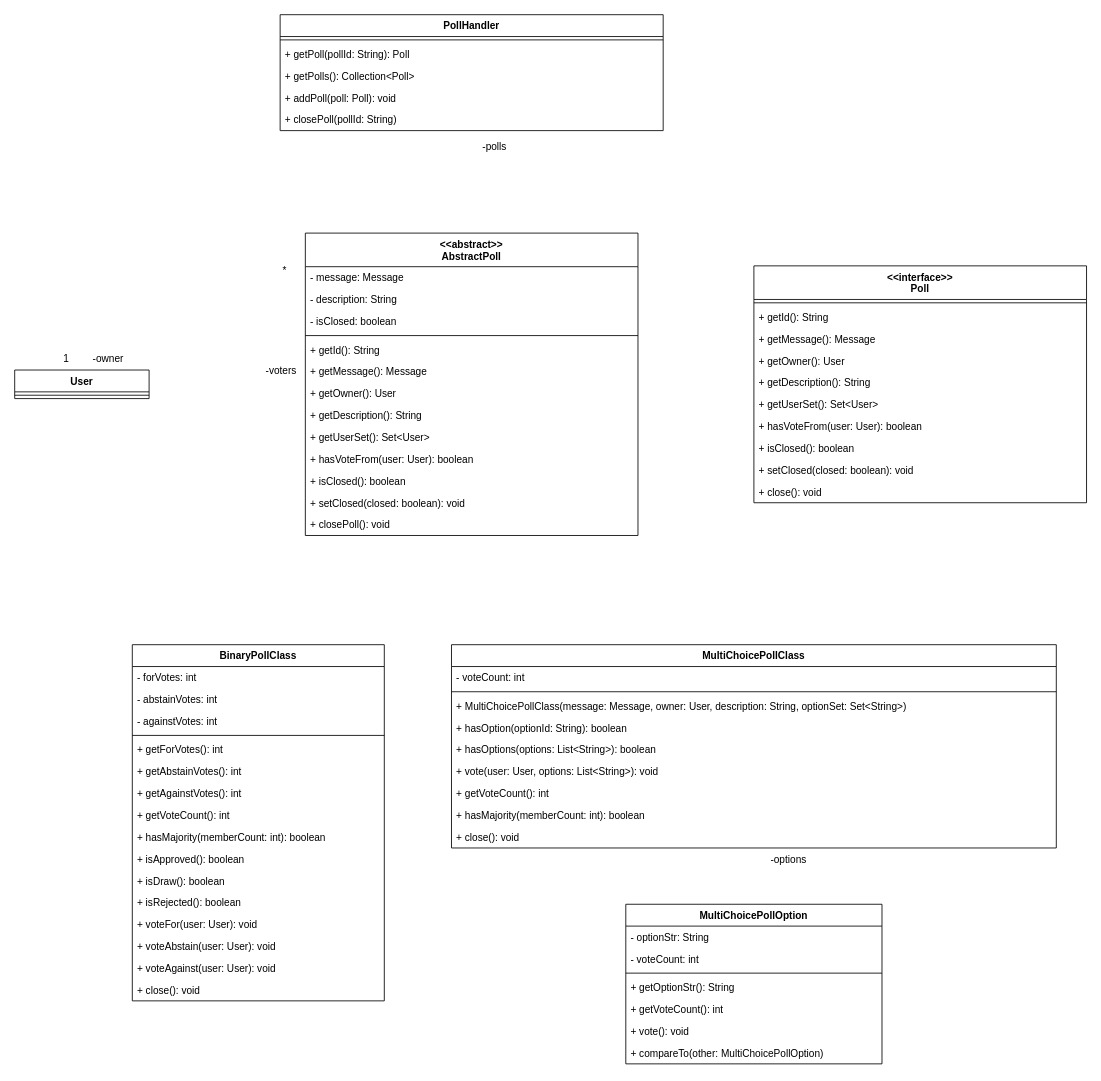
Earlier version of the draw.io diagram page "Polls Package" (3 of 3) of ClassDiagram.drawio (luistripa/MerendaBot). Source tidied: cells renumbered, new cells numbered last; positions are measured from the earlier drawing's top-left corner, leaving out a move shared by most shapes. Both pictures are drawn from the tidied source at 84%, with x=0, y=0 at pixel (14, 14).
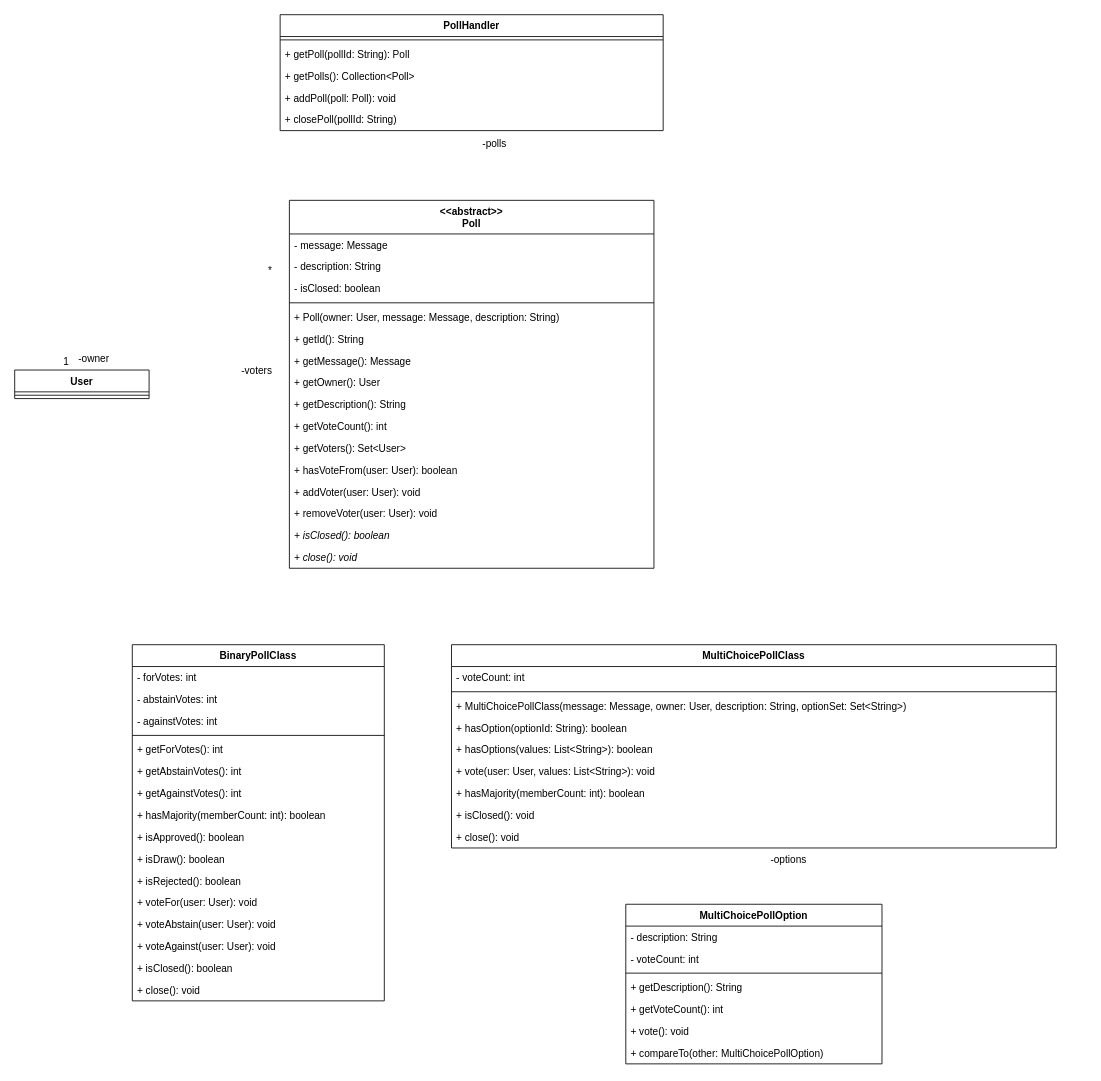
After the change.

Commit message (it also covers changes not shown here):
Implemented poll package rebuild. Updated class diagram

The change refers to these unchanged cells:
```xml
<mxCell id="10" style="edgeStyle=orthogonalEdgeStyle;rounded=0;jettySize=auto;html=1;entryX=1;entryY=0.5;entryDx=0;entryDy=0;fontFamily=Jetbrains Mono;fontSize=12;startArrow=diamondThin;startFill=0;endArrow=none;endFill=0;targetPerimeterSpacing=0;sourcePerimeterSpacing=0;jumpSize=6;strokeWidth=1;strokeColor=#FFFFFF;" parent="1" edge="1" source="19" target="33">
  <mxGeometry relative="1" as="geometry" />
</mxCell>
<mxCell id="35" value="BinaryPollClass" style="swimlane;fontStyle=1;align=center;verticalAlign=top;horizontal=1;startSize=26;fontFamily=Jetbrains Mono;fontSize=12;" parent="1" vertex="1">
  <mxGeometry x="140" y="750" width="300" height="424" as="geometry" />
</mxCell>
<mxCell id="54" value="MultiChoicePollClass" style="swimlane;fontStyle=1;align=center;verticalAlign=top;horizontal=1;startSize=26;fontFamily=Jetbrains Mono;fontSize=12;" parent="1" vertex="1">
  <mxGeometry x="520" y="750" width="720" height="242" as="geometry" />
</mxCell>
<mxCell id="64" value="MultiChoicePollOption" style="swimlane;fontStyle=1;align=center;verticalAlign=top;horizontal=1;startSize=26;fontFamily=Jetbrains Mono;fontSize=12;" parent="1" vertex="1">
  <mxGeometry x="727.5" y="1059" width="305" height="190" as="geometry" />
</mxCell>
```

What changed in the source:
```diff
@@
     <mxCell id="11" value="-voters" style="edgeLabel;html=1;align=center;verticalAlign=middle;fontSize=12;fontFamily=Jetbrains Mono;" parent="10" vertex="1">
       <mxGeometry x="-0.72" y="-4" relative="1" as="geometry">
-        <mxPoint x="-4" y="-13" as="offset" />
+        <mxPoint x="-17" y="-13" as="offset" />
       </mxGeometry>
     </mxCell>
@@
-    <mxCell id="18" style="edgeStyle=orthogonalEdgeStyle;rounded=0;jumpSize=6;jettySize=auto;html=1;fontFamily=Jetbrains Mono;fontSize=12;startArrow=none;startFill=0;endArrow=block;endFill=0;sourcePerimeterSpacing=0;targetPerimeterSpacing=0;strokeWidth=1;dashed=1;strokeColor=#FFFFFF;" parent="1" edge="1" source="19" target="72">
-      <mxGeometry relative="1" as="geometry" />
-    </mxCell>
-    <mxCell id="19" value="&lt;&lt;abstract&gt;&gt;&#10;AbstractPoll" style="swimlane;fontStyle=1;align=center;verticalAlign=top;horizontal=1;startSize=40;fontFamily=Jetbrains Mono;fontSize=12;" parent="1" vertex="1">
-      <mxGeometry x="346" y="260" width="396" height="360" as="geometry" />
+    <mxCell id="19" value="&lt;&lt;abstract&gt;&gt;&#10;Poll" style="swimlane;fontStyle=1;align=center;verticalAlign=top;horizontal=1;startSize=40;fontFamily=Jetbrains Mono;fontSize=12;" parent="1" vertex="1">
+      <mxGeometry x="327" y="221" width="434" height="438" as="geometry" />
     </mxCell>
     <mxCell id="20" value="- message: Message" style="text;strokeColor=none;fillColor=none;align=left;verticalAlign=top;spacingLeft=4;spacingRight=4;overflow=hidden;fontFamily=Jetbrains Mono;fontSize=12;" parent="19" vertex="1">
-      <mxGeometry y="40" width="396" height="26" as="geometry" />
+      <mxGeometry y="40" width="434" height="26" as="geometry" />
     </mxCell>
     <mxCell id="21" value="- description: String" style="text;strokeColor=none;fillColor=none;align=left;verticalAlign=top;spacingLeft=4;spacingRight=4;overflow=hidden;fontFamily=Jetbrains Mono;fontSize=12;" parent="19" vertex="1">
-      <mxGeometry y="66" width="396" height="26" as="geometry" />
+      <mxGeometry y="66" width="434" height="26" as="geometry" />
     </mxCell>
     <mxCell id="22" value="- isClosed: boolean" style="text;strokeColor=none;fillColor=none;align=left;verticalAlign=top;spacingLeft=4;spacingRight=4;overflow=hidden;fontFamily=Jetbrains Mono;fontSize=12;" parent="19" vertex="1">
-      <mxGeometry y="92" width="396" height="26" as="geometry" />
+      <mxGeometry y="92" width="434" height="26" as="geometry" />
     </mxCell>
     <mxCell id="23" style="line;strokeWidth=1;fillColor=none;align=left;verticalAlign=middle;spacingTop=-1;spacingLeft=3;spacingRight=3;labelPosition=right;fontFamily=Jetbrains Mono;fontSize=12;" parent="19" vertex="1">
-      <mxGeometry y="118" width="396" height="8" as="geometry" />
+      <mxGeometry y="118" width="434" height="8" as="geometry" />
     </mxCell>
+    <mxCell id="83" value="+ Poll(owner: User, message: Message, description: String)" style="text;strokeColor=none;fillColor=none;align=left;verticalAlign=top;spacingLeft=4;spacingRight=4;overflow=hidden;fontFamily=Jetbrains Mono;fontSize=12;" parent="19" vertex="1">
+      <mxGeometry y="126" width="434" height="26" as="geometry" />
+    </mxCell>
     <mxCell id="24" value="+ getId(): String" style="text;strokeColor=none;fillColor=none;align=left;verticalAlign=top;spacingLeft=4;spacingRight=4;overflow=hidden;fontFamily=Jetbrains Mono;fontSize=12;" parent="19" vertex="1">
-      <mxGeometry y="126" width="396" height="26" as="geometry" />
+      <mxGeometry y="152" width="434" height="26" as="geometry" />
     </mxCell>
     <mxCell id="25" value="+ getMessage(): Message" style="text;strokeColor=none;fillColor=none;align=left;verticalAlign=top;spacingLeft=4;spacingRight=4;overflow=hidden;fontFamily=Jetbrains Mono;fontSize=12;" parent="19" vertex="1">
-      <mxGeometry y="152" width="396" height="26" as="geometry" />
+      <mxGeometry y="178" width="434" height="26" as="geometry" />
     </mxCell>
     <mxCell id="26" value="+ getOwner(): User" style="text;strokeColor=none;fillColor=none;align=left;verticalAlign=top;spacingLeft=4;spacingRight=4;overflow=hidden;fontFamily=Jetbrains Mono;fontSize=12;" parent="19" vertex="1">
-      <mxGeometry y="178" width="396" height="26" as="geometry" />
+      <mxGeometry y="204" width="434" height="26" as="geometry" />
     </mxCell>
     <mxCell id="27" value="+ getDescription(): String" style="text;strokeColor=none;fillColor=none;align=left;verticalAlign=top;spacingLeft=4;spacingRight=4;overflow=hidden;fontFamily=Jetbrains Mono;fontSize=12;" parent="19" vertex="1">
-      <mxGeometry y="204" width="396" height="26" as="geometry" />
+      <mxGeometry y="230" width="434" height="26" as="geometry" />
     </mxCell>
+    <mxCell id="84" value="+ getVoteCount(): int" style="text;strokeColor=none;fillColor=none;align=left;verticalAlign=top;spacingLeft=4;spacingRight=4;overflow=hidden;fontFamily=Jetbrains Mono;fontSize=12;" parent="19" vertex="1">
+      <mxGeometry y="256" width="434" height="26" as="geometry" />
+    </mxCell>
-    <mxCell id="28" value="+ getUserSet(): Set&lt;User&gt;" style="text;strokeColor=none;fillColor=none;align=left;verticalAlign=top;spacingLeft=4;spacingRight=4;overflow=hidden;fontFamily=Jetbrains Mono;fontSize=12;" parent="19" vertex="1">
-      <mxGeometry y="230" width="396" height="26" as="geometry" />
+    <mxCell id="28" value="+ getVoters(): Set&lt;User&gt;" style="text;strokeColor=none;fillColor=none;align=left;verticalAlign=top;spacingLeft=4;spacingRight=4;overflow=hidden;fontFamily=Jetbrains Mono;fontSize=12;" parent="19" vertex="1">
+      <mxGeometry y="282" width="434" height="26" as="geometry" />
     </mxCell>
     <mxCell id="29" value="+ hasVoteFrom(user: User): boolean" style="text;strokeColor=none;fillColor=none;align=left;verticalAlign=top;spacingLeft=4;spacingRight=4;overflow=hidden;fontFamily=Jetbrains Mono;fontSize=12;" parent="19" vertex="1">
-      <mxGeometry y="256" width="396" height="26" as="geometry" />
+      <mxGeometry y="308" width="434" height="26" as="geometry" />
     </mxCell>
-    <mxCell id="30" value="+ isClosed(): boolean" style="text;strokeColor=none;fillColor=none;align=left;verticalAlign=top;spacingLeft=4;spacingRight=4;overflow=hidden;fontFamily=Jetbrains Mono;fontSize=12;" parent="19" vertex="1">
-      <mxGeometry y="282" width="396" height="26" as="geometry" />
-    </mxCell>
-    <mxCell id="31" value="+ setClosed(closed: boolean): void" style="text;strokeColor=none;fillColor=none;align=left;verticalAlign=top;spacingLeft=4;spacingRight=4;overflow=hidden;fontFamily=Jetbrains Mono;fontSize=12;" parent="19" vertex="1">
-      <mxGeometry y="308" width="396" height="26" as="geometry" />
-    </mxCell>
+    <mxCell id="85" value="+ addVoter(user: User): void" style="text;strokeColor=none;fillColor=none;align=left;verticalAlign=top;spacingLeft=4;spacingRight=4;overflow=hidden;fontFamily=Jetbrains Mono;fontSize=12;" parent="19" vertex="1">
+      <mxGeometry y="334" width="434" height="26" as="geometry" />
+    </mxCell>
+    <mxCell id="86" value="+ removeVoter(user: User): void" style="text;strokeColor=none;fillColor=none;align=left;verticalAlign=top;spacingLeft=4;spacingRight=4;overflow=hidden;fontFamily=Jetbrains Mono;fontSize=12;" parent="19" vertex="1">
+      <mxGeometry y="360" width="434" height="26" as="geometry" />
+    </mxCell>
+    <mxCell id="87" value="+ isClosed(): boolean" style="text;strokeColor=none;fillColor=none;align=left;verticalAlign=top;spacingLeft=4;spacingRight=4;overflow=hidden;fontFamily=Jetbrains Mono;fontSize=12;fontStyle=2;" parent="19" vertex="1">
+      <mxGeometry y="386" width="434" height="26" as="geometry" />
+    </mxCell>
-    <mxCell id="32" value="+ closePoll(): void" style="text;strokeColor=none;fillColor=none;align=left;verticalAlign=top;spacingLeft=4;spacingRight=4;overflow=hidden;fontFamily=Jetbrains Mono;fontSize=12;" parent="19" vertex="1">
-      <mxGeometry y="334" width="396" height="26" as="geometry" />
+    <mxCell id="32" value="+ close(): void" style="text;strokeColor=none;fillColor=none;align=left;verticalAlign=top;spacingLeft=4;spacingRight=4;overflow=hidden;fontFamily=Jetbrains Mono;fontSize=12;fontStyle=2;" parent="19" vertex="1">
+      <mxGeometry y="412" width="434" height="26" as="geometry" />
     </mxCell>
@@
-    <mxCell id="43" value="+ getVoteCount(): int" style="text;strokeColor=none;fillColor=none;align=left;verticalAlign=top;spacingLeft=4;spacingRight=4;overflow=hidden;fontFamily=Jetbrains Mono;fontSize=12;" parent="35" vertex="1">
-      <mxGeometry y="190" width="300" height="26" as="geometry" />
-    </mxCell>
     <mxCell id="44" value="+ hasMajority(memberCount: int): boolean" style="text;strokeColor=none;fillColor=none;align=left;verticalAlign=top;spacingLeft=4;spacingRight=4;overflow=hidden;fontFamily=Jetbrains Mono;fontSize=12;" parent="35" vertex="1">
-      <mxGeometry y="216" width="300" height="26" as="geometry" />
+      <mxGeometry y="190" width="300" height="26" as="geometry" />
     </mxCell>
     <mxCell id="45" value="+ isApproved(): boolean" style="text;strokeColor=none;fillColor=none;align=left;verticalAlign=top;spacingLeft=4;spacingRight=4;overflow=hidden;fontFamily=Jetbrains Mono;fontSize=12;" parent="35" vertex="1">
-      <mxGeometry y="242" width="300" height="26" as="geometry" />
+      <mxGeometry y="216" width="300" height="26" as="geometry" />
     </mxCell>
     <mxCell id="46" value="+ isDraw(): boolean" style="text;strokeColor=none;fillColor=none;align=left;verticalAlign=top;spacingLeft=4;spacingRight=4;overflow=hidden;fontFamily=Jetbrains Mono;fontSize=12;" parent="35" vertex="1">
-      <mxGeometry y="268" width="300" height="26" as="geometry" />
+      <mxGeometry y="242" width="300" height="26" as="geometry" />
     </mxCell>
     <mxCell id="47" value="+ isRejected(): boolean" style="text;strokeColor=none;fillColor=none;align=left;verticalAlign=top;spacingLeft=4;spacingRight=4;overflow=hidden;fontFamily=Jetbrains Mono;fontSize=12;" parent="35" vertex="1">
-      <mxGeometry y="294" width="300" height="26" as="geometry" />
+      <mxGeometry y="268" width="300" height="26" as="geometry" />
     </mxCell>
     <mxCell id="48" value="+ voteFor(user: User): void" style="text;strokeColor=none;fillColor=none;align=left;verticalAlign=top;spacingLeft=4;spacingRight=4;overflow=hidden;fontFamily=Jetbrains Mono;fontSize=12;" parent="35" vertex="1">
-      <mxGeometry y="320" width="300" height="26" as="geometry" />
+      <mxGeometry y="294" width="300" height="26" as="geometry" />
     </mxCell>
     <mxCell id="49" value="+ voteAbstain(user: User): void" style="text;strokeColor=none;fillColor=none;align=left;verticalAlign=top;spacingLeft=4;spacingRight=4;overflow=hidden;fontFamily=Jetbrains Mono;fontSize=12;" parent="35" vertex="1">
-      <mxGeometry y="346" width="300" height="26" as="geometry" />
+      <mxGeometry y="320" width="300" height="26" as="geometry" />
     </mxCell>
     <mxCell id="50" value="+ voteAgainst(user: User): void" style="text;strokeColor=none;fillColor=none;align=left;verticalAlign=top;spacingLeft=4;spacingRight=4;overflow=hidden;fontFamily=Jetbrains Mono;fontSize=12;" parent="35" vertex="1">
-      <mxGeometry y="372" width="300" height="26" as="geometry" />
+      <mxGeometry y="346" width="300" height="26" as="geometry" />
     </mxCell>
+    <mxCell id="88" value="+ isClosed(): boolean" style="text;strokeColor=none;fillColor=none;align=left;verticalAlign=top;spacingLeft=4;spacingRight=4;overflow=hidden;fontFamily=Jetbrains Mono;fontSize=12;" parent="35" vertex="1">
+      <mxGeometry y="372" width="300" height="26" as="geometry" />
+    </mxCell>
@@
-    <mxCell id="59" value="+ hasOptions(options: List&lt;String&gt;): boolean" style="text;strokeColor=none;fillColor=none;align=left;verticalAlign=top;spacingLeft=4;spacingRight=4;overflow=hidden;fontFamily=Jetbrains Mono;fontSize=12;" parent="54" vertex="1">
+    <mxCell id="59" value="+ hasOptions(values: List&lt;String&gt;): boolean" style="text;strokeColor=none;fillColor=none;align=left;verticalAlign=top;spacingLeft=4;spacingRight=4;overflow=hidden;fontFamily=Jetbrains Mono;fontSize=12;" parent="54" vertex="1">
       <mxGeometry y="112" width="720" height="26" as="geometry" />
     </mxCell>
-    <mxCell id="60" value="+ vote(user: User, options: List&lt;String&gt;): void" style="text;strokeColor=none;fillColor=none;align=left;verticalAlign=top;spacingLeft=4;spacingRight=4;overflow=hidden;fontFamily=Jetbrains Mono;fontSize=12;" parent="54" vertex="1">
+    <mxCell id="60" value="+ vote(user: User, values: List&lt;String&gt;): void" style="text;strokeColor=none;fillColor=none;align=left;verticalAlign=top;spacingLeft=4;spacingRight=4;overflow=hidden;fontFamily=Jetbrains Mono;fontSize=12;" parent="54" vertex="1">
       <mxGeometry y="138" width="720" height="26" as="geometry" />
     </mxCell>
-    <mxCell id="61" value="+ getVoteCount(): int" style="text;strokeColor=none;fillColor=none;align=left;verticalAlign=top;spacingLeft=4;spacingRight=4;overflow=hidden;fontFamily=Jetbrains Mono;fontSize=12;" parent="54" vertex="1">
-      <mxGeometry y="164" width="720" height="26" as="geometry" />
-    </mxCell>
     <mxCell id="62" value="+ hasMajority(memberCount: int): boolean" style="text;strokeColor=none;fillColor=none;align=left;verticalAlign=top;spacingLeft=4;spacingRight=4;overflow=hidden;fontFamily=Jetbrains Mono;fontSize=12;" parent="54" vertex="1">
-      <mxGeometry y="190" width="720" height="26" as="geometry" />
+      <mxGeometry y="164" width="720" height="26" as="geometry" />
     </mxCell>
+    <mxCell id="89" value="+ isClosed(): void" style="text;strokeColor=none;fillColor=none;align=left;verticalAlign=top;spacingLeft=4;spacingRight=4;overflow=hidden;fontFamily=Jetbrains Mono;fontSize=12;" parent="54" vertex="1">
+      <mxGeometry y="190" width="720" height="26" as="geometry" />
+    </mxCell>
@@
-    <mxCell id="65" value="- optionStr: String" style="text;strokeColor=none;fillColor=none;align=left;verticalAlign=top;spacingLeft=4;spacingRight=4;overflow=hidden;fontFamily=Jetbrains Mono;fontSize=12;" parent="64" vertex="1">
+    <mxCell id="65" value="- description: String" style="text;strokeColor=none;fillColor=none;align=left;verticalAlign=top;spacingLeft=4;spacingRight=4;overflow=hidden;fontFamily=Jetbrains Mono;fontSize=12;" parent="64" vertex="1">
       <mxGeometry y="26" width="305" height="26" as="geometry" />
     </mxCell>
@@
-    <mxCell id="68" value="+ getOptionStr(): String" style="text;strokeColor=none;fillColor=none;align=left;verticalAlign=top;spacingLeft=4;spacingRight=4;overflow=hidden;fontFamily=Jetbrains Mono;fontSize=12;" parent="64" vertex="1">
+    <mxCell id="68" value="+ getDescription(): String" style="text;strokeColor=none;fillColor=none;align=left;verticalAlign=top;spacingLeft=4;spacingRight=4;overflow=hidden;fontFamily=Jetbrains Mono;fontSize=12;" parent="64" vertex="1">
       <mxGeometry y="86" width="305" height="26" as="geometry" />
     </mxCell>
@@
-    <mxCell id="72" value="&lt;&lt;interface&gt;&gt;&#10;Poll" style="swimlane;fontStyle=1;align=center;verticalAlign=top;horizontal=1;startSize=40;fontFamily=Jetbrains Mono;fontSize=12;" parent="1" vertex="1">
-      <mxGeometry x="880" y="299" width="396" height="282" as="geometry" />
-    </mxCell>
-    <mxCell id="73" style="line;strokeWidth=1;fillColor=none;align=left;verticalAlign=middle;spacingTop=-1;spacingLeft=3;spacingRight=3;labelPosition=right;fontFamily=Jetbrains Mono;fontSize=12;" parent="72" vertex="1">
-      <mxGeometry y="40" width="396" height="8" as="geometry" />
-    </mxCell>
-    <mxCell id="74" value="+ getId(): String" style="text;strokeColor=none;fillColor=none;align=left;verticalAlign=top;spacingLeft=4;spacingRight=4;overflow=hidden;fontFamily=Jetbrains Mono;fontSize=12;" parent="72" vertex="1">
-      <mxGeometry y="48" width="396" height="26" as="geometry" />
-    </mxCell>
-    <mxCell id="75" value="+ getMessage(): Message" style="text;strokeColor=none;fillColor=none;align=left;verticalAlign=top;spacingLeft=4;spacingRight=4;overflow=hidden;fontFamily=Jetbrains Mono;fontSize=12;" parent="72" vertex="1">
-      <mxGeometry y="74" width="396" height="26" as="geometry" />
-    </mxCell>
-    <mxCell id="76" value="+ getOwner(): User" style="text;strokeColor=none;fillColor=none;align=left;verticalAlign=top;spacingLeft=4;spacingRight=4;overflow=hidden;fontFamily=Jetbrains Mono;fontSize=12;" parent="72" vertex="1">
-      <mxGeometry y="100" width="396" height="26" as="geometry" />
-    </mxCell>
-    <mxCell id="77" value="+ getDescription(): String" style="text;strokeColor=none;fillColor=none;align=left;verticalAlign=top;spacingLeft=4;spacingRight=4;overflow=hidden;fontFamily=Jetbrains Mono;fontSize=12;" parent="72" vertex="1">
-      <mxGeometry y="126" width="396" height="26" as="geometry" />
-    </mxCell>
-    <mxCell id="78" value="+ getUserSet(): Set&lt;User&gt;" style="text;strokeColor=none;fillColor=none;align=left;verticalAlign=top;spacingLeft=4;spacingRight=4;overflow=hidden;fontFamily=Jetbrains Mono;fontSize=12;" parent="72" vertex="1">
-      <mxGeometry y="152" width="396" height="26" as="geometry" />
-    </mxCell>
-    <mxCell id="79" value="+ hasVoteFrom(user: User): boolean" style="text;strokeColor=none;fillColor=none;align=left;verticalAlign=top;spacingLeft=4;spacingRight=4;overflow=hidden;fontFamily=Jetbrains Mono;fontSize=12;" parent="72" vertex="1">
-      <mxGeometry y="178" width="396" height="26" as="geometry" />
-    </mxCell>
-    <mxCell id="80" value="+ isClosed(): boolean" style="text;strokeColor=none;fillColor=none;align=left;verticalAlign=top;spacingLeft=4;spacingRight=4;overflow=hidden;fontFamily=Jetbrains Mono;fontSize=12;" parent="72" vertex="1">
-      <mxGeometry y="204" width="396" height="26" as="geometry" />
-    </mxCell>
-    <mxCell id="81" value="+ setClosed(closed: boolean): void" style="text;strokeColor=none;fillColor=none;align=left;verticalAlign=top;spacingLeft=4;spacingRight=4;overflow=hidden;fontFamily=Jetbrains Mono;fontSize=12;" parent="72" vertex="1">
-      <mxGeometry y="230" width="396" height="26" as="geometry" />
-    </mxCell>
-    <mxCell id="82" value="+ close(): void" style="text;strokeColor=none;fillColor=none;align=left;verticalAlign=top;spacingLeft=4;spacingRight=4;overflow=hidden;fontFamily=Jetbrains Mono;fontSize=12;" parent="72" vertex="1">
-      <mxGeometry y="256" width="396" height="26" as="geometry" />
-    </mxCell>
```
